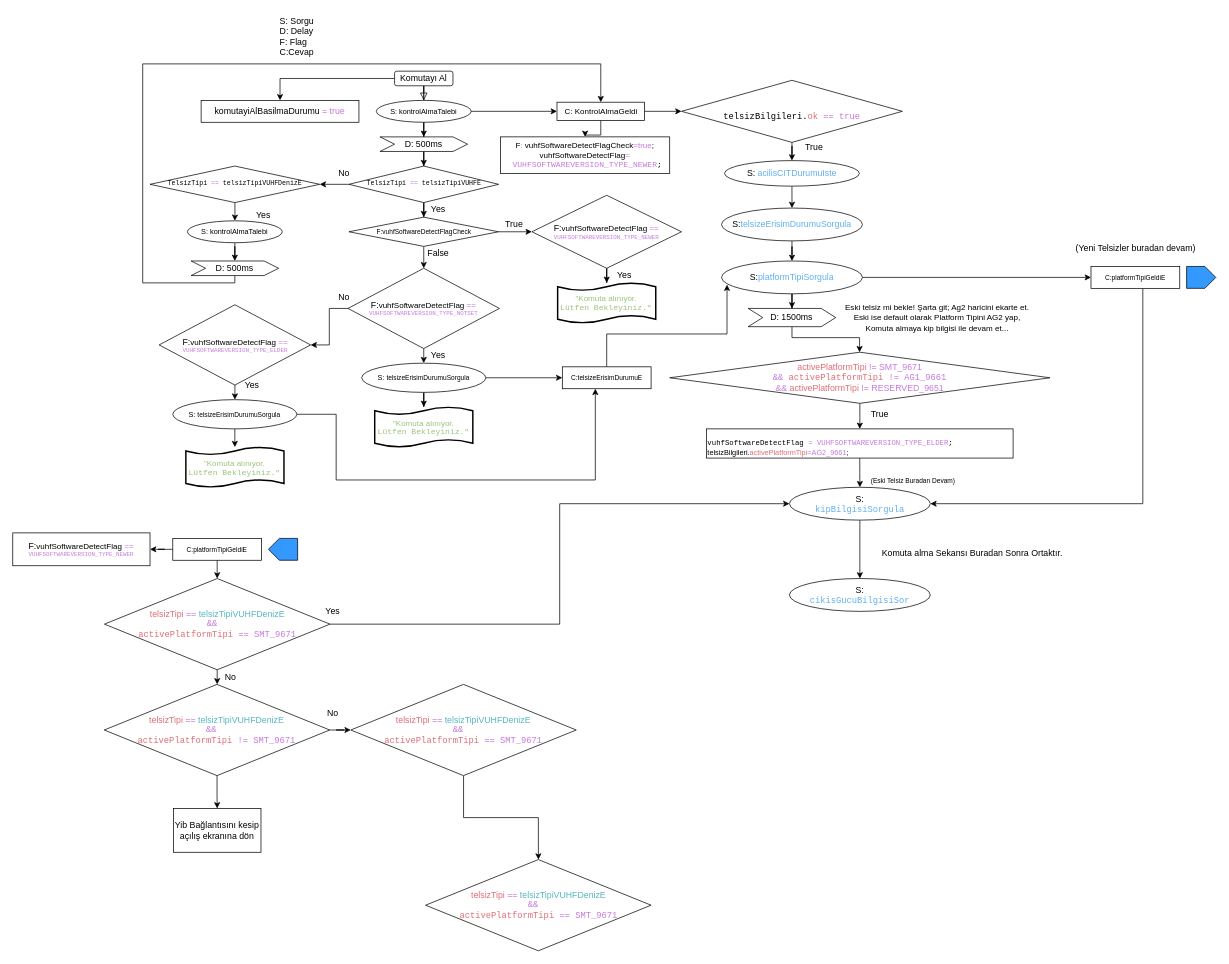
eembetul/u8glib keeps this draw.io diagram as Untitled Diagram.drawio. Above is the earlier version. Source tidied: cells renumbered, new cells numbered last; positions are measured from the earlier drawing's top-left corner, leaving out a move shared by most shapes. Both pictures are drawn from the tidied source at 73%, with x=0, y=0 at pixel (12, 12).
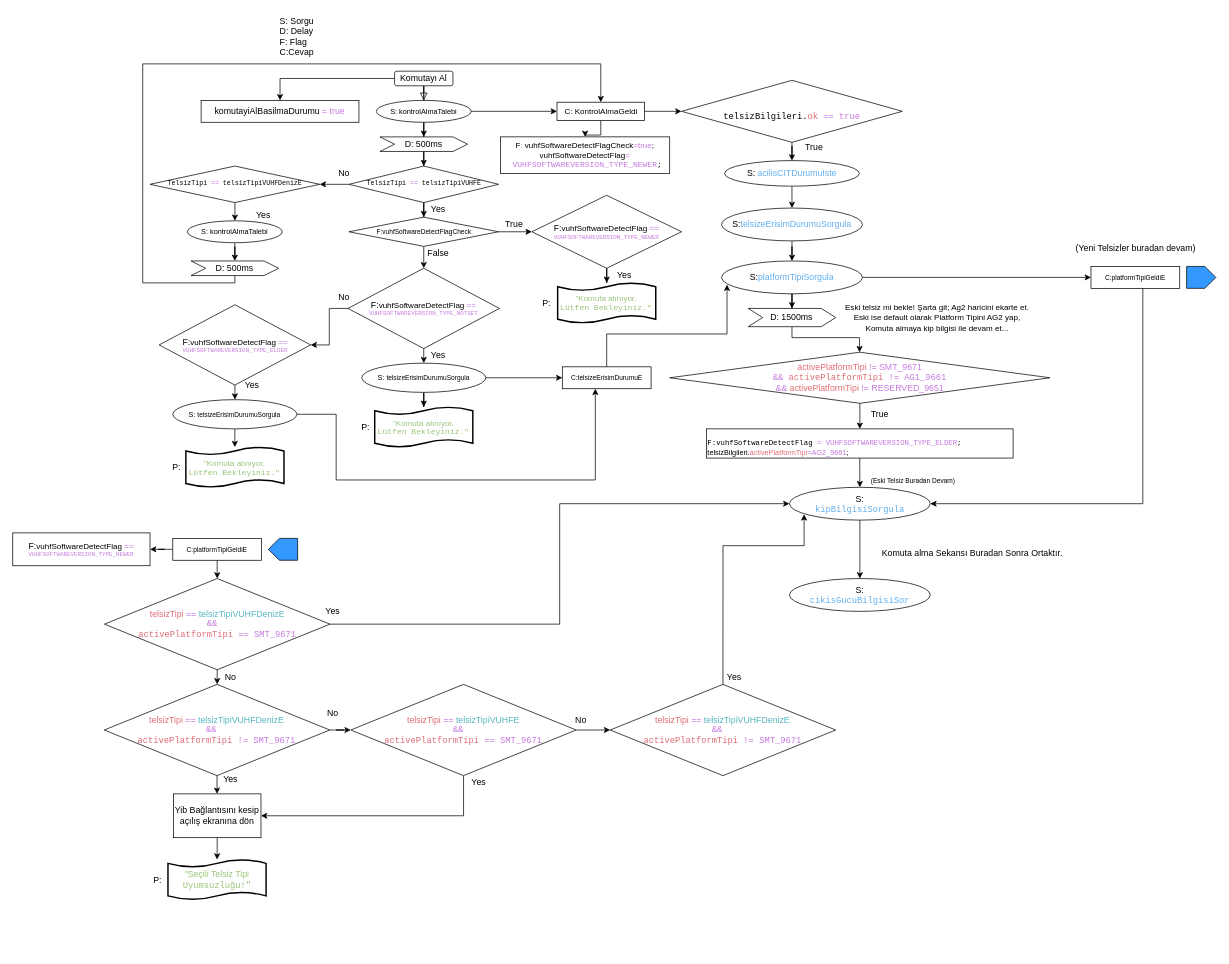
The same diagram, later.

Unchanged cells that the change refers to:
```xml
<mxCell id="73" value="S:&lt;br&gt;&lt;pre style=&quot;margin-top: 0px ; margin-bottom: 0px ; margin-left: 0px ; margin-right: 0px ; text-indent: 0px&quot;&gt;&lt;span style=&quot;color: #61afef&quot;&gt;kipBilgisiSorgula&lt;/span&gt;&lt;/pre&gt;&lt;span style=&quot;color: #61afef&quot;&gt;&lt;/span&gt;&lt;span style=&quot;color: #61afef&quot;&gt;&lt;/span&gt;" style="ellipse;whiteSpace=wrap;html=1;" parent="1" vertex="1">
  <mxGeometry x="1063.9" y="650" width="193" height="45" as="geometry" />
</mxCell>
```

The edit, as a diff of the source:
```diff
@@
-    <mxCell id="70" value="&lt;div style=&quot;font-size: 10px&quot; align=&quot;left&quot;&gt;&lt;font style=&quot;font-size: 10px&quot;&gt;&lt;br&gt;&lt;/font&gt;&lt;pre style=&quot;margin-top: 0px ; margin-bottom: 0px ; margin-left: 0px ; margin-right: 0px ; text-indent: 0px&quot;&gt;&lt;font style=&quot;font-size: 10px&quot;&gt;&lt;span style=&quot;color: #56b6c2&quot;&gt;&lt;/span&gt;vuhfSoftwareDetectFlag &lt;span style=&quot;color: #c678dd&quot;&gt;=&lt;/span&gt; &lt;span style=&quot;color: #c678dd&quot;&gt;VUHFSOFTWAREVERSION_TYPE_ELDER&lt;/span&gt;;&lt;/font&gt;&lt;/pre&gt;&lt;font style=&quot;font-size: 10px&quot;&gt;telsizBilgileri.&lt;span style=&quot;color: #e06c75&quot;&gt;activePlatformTipi&lt;/span&gt;&lt;span style=&quot;color: #c678dd&quot;&gt;=&lt;/span&gt;&lt;span style=&quot;color: #c678dd&quot;&gt;AG2_9661&lt;/span&gt;;&lt;/font&gt;&lt;/div&gt;  " style="whiteSpace=wrap;html=1;align=left;" parent="1" vertex="1">
+    <mxCell id="70" value="&lt;div style=&quot;font-size: 10px&quot; align=&quot;left&quot;&gt;&lt;font style=&quot;font-size: 10px&quot;&gt;&lt;br&gt;&lt;/font&gt;&lt;pre style=&quot;margin-top: 0px ; margin-bottom: 0px ; margin-left: 0px ; margin-right: 0px ; text-indent: 0px&quot;&gt;&lt;font style=&quot;font-size: 10px&quot;&gt;&lt;span style=&quot;color: #56b6c2&quot;&gt;&lt;/span&gt;F:vuhfSoftwareDetectFlag &lt;span style=&quot;color: #c678dd&quot;&gt;=&lt;/span&gt; &lt;span style=&quot;color: #c678dd&quot;&gt;VUHFSOFTWAREVERSION_TYPE_ELDER&lt;/span&gt;;&lt;/font&gt;&lt;/pre&gt;&lt;font style=&quot;font-size: 10px&quot;&gt;telsizBilgileri.&lt;span style=&quot;color: #e06c75&quot;&gt;activePlatformTipi&lt;/span&gt;&lt;span style=&quot;color: #c678dd&quot;&gt;=&lt;/span&gt;&lt;span style=&quot;color: #c678dd&quot;&gt;AG2_9661&lt;/span&gt;;&lt;/font&gt;&lt;/div&gt;  " style="whiteSpace=wrap;html=1;align=left;" parent="1" vertex="1">
       <mxGeometry x="950.3" y="570" width="420" height="40" as="geometry" />
     </mxCell>
@@
+    <mxCell id="100" style="edgeStyle=orthogonalEdgeStyle;rounded=0;jettySize=auto;html=1;entryX=1;entryY=0.5;entryDx=0;entryDy=0;" parent="1" edge="1" source="94" target="99">
+      <mxGeometry relative="1" as="geometry">
+        <Array as="points">
+          <mxPoint x="618" y="1100" />
+        </Array>
+      </mxGeometry>
+    </mxCell>
-    <mxCell id="94" value="&lt;span style=&quot;color: #e06c75&quot;&gt;telsizTipi&lt;/span&gt; &lt;span style=&quot;color: #c678dd&quot;&gt;==&lt;/span&gt; &lt;span style=&quot;color: #56b6c2&quot;&gt;telsizTipiVUHFDenizE&lt;/span&gt; &lt;br&gt;&lt;pre style=&quot;margin-top: 0px ; margin-bottom: 0px ; margin-left: 0px ; margin-right: 0px ; text-indent: 0px&quot;&gt;&lt;span style=&quot;color: #c678dd&quot;&gt;&amp;amp;&amp;amp;&lt;/span&gt;  &lt;br&gt;&lt;span style=&quot;color: #e06c75&quot;&gt;activePlatformTipi&lt;/span&gt; &lt;span style=&quot;color: #c678dd&quot;&gt;==&lt;/span&gt; &lt;span style=&quot;color: #c678dd&quot;&gt;SMT_9671&lt;/span&gt;&lt;/pre&gt;" style="rhombus;whiteSpace=wrap;html=1;" parent="1" vertex="1">
+    <mxCell id="94" value="&lt;span style=&quot;color: #e06c75&quot;&gt;telsizTipi&lt;/span&gt; &lt;span style=&quot;color: #c678dd&quot;&gt;==&lt;/span&gt; &lt;span style=&quot;color: #56b6c2&quot;&gt;telsizTipiVUHFE&lt;/span&gt; &lt;br&gt;&lt;pre style=&quot;margin-top: 0px ; margin-bottom: 0px ; margin-left: 0px ; margin-right: 0px ; text-indent: 0px&quot;&gt;&lt;span style=&quot;color: #c678dd&quot;&gt;&amp;amp;&amp;amp;&lt;/span&gt;  &lt;br&gt;&lt;span style=&quot;color: #e06c75&quot;&gt;activePlatformTipi&lt;/span&gt; &lt;span style=&quot;color: #c678dd&quot;&gt;==&lt;/span&gt; &lt;span style=&quot;color: #c678dd&quot;&gt;SMT_9671&lt;/span&gt;&lt;/pre&gt;" style="rhombus;whiteSpace=wrap;html=1;" parent="1" vertex="1">
       <mxGeometry x="463" y="920" width="308.9" height="125" as="geometry" />
     </mxCell>
+    <mxCell id="101" style="edgeStyle=orthogonalEdgeStyle;rounded=0;jettySize=auto;html=1;exitX=0.5;exitY=0;exitDx=0;exitDy=0;entryX=0.104;entryY=0.822;entryDx=0;entryDy=0;entryPerimeter=0;" parent="1" edge="1" source="95" target="73">
+      <mxGeometry relative="1" as="geometry">
+        <Array as="points">
+          <mxPoint x="973" y="730" />
+          <mxPoint x="1084" y="730" />
+        </Array>
+      </mxGeometry>
+    </mxCell>
-    <mxCell id="95" value="&lt;span style=&quot;color: #e06c75&quot;&gt;telsizTipi&lt;/span&gt; &lt;span style=&quot;color: #c678dd&quot;&gt;==&lt;/span&gt; &lt;span style=&quot;color: #56b6c2&quot;&gt;telsizTipiVUHFDenizE&lt;/span&gt; &lt;br&gt;&lt;pre style=&quot;margin-top: 0px ; margin-bottom: 0px ; margin-left: 0px ; margin-right: 0px ; text-indent: 0px&quot;&gt;&lt;span style=&quot;color: #c678dd&quot;&gt;&amp;amp;&amp;amp;&lt;/span&gt;  &lt;br&gt;&lt;span style=&quot;color: #e06c75&quot;&gt;activePlatformTipi&lt;/span&gt; &lt;span style=&quot;color: #c678dd&quot;&gt;==&lt;/span&gt; &lt;span style=&quot;color: #c678dd&quot;&gt;SMT_9671&lt;/span&gt;&lt;/pre&gt;" style="rhombus;whiteSpace=wrap;html=1;" parent="1" vertex="1">
-      <mxGeometry x="565.5" y="1160" width="308.9" height="125" as="geometry" />
+    <mxCell id="95" value="&lt;span style=&quot;color: #e06c75&quot;&gt;telsizTipi&lt;/span&gt; &lt;span style=&quot;color: #c678dd&quot;&gt;==&lt;/span&gt; &lt;span style=&quot;color: #56b6c2&quot;&gt;telsizTipiVUHFDenizE&lt;/span&gt; &lt;br&gt;&lt;pre style=&quot;margin-top: 0px ; margin-bottom: 0px ; margin-left: 0px ; margin-right: 0px ; text-indent: 0px&quot;&gt;&lt;span style=&quot;color: #c678dd&quot;&gt;&amp;amp;&amp;amp;&lt;/span&gt;  &lt;br&gt;&lt;span style=&quot;color: #e06c75&quot;&gt;activePlatformTipi&lt;/span&gt; &lt;span style=&quot;color: #c678dd&quot;&gt;!=&lt;/span&gt; &lt;span style=&quot;color: #c678dd&quot;&gt;SMT_9671&lt;/span&gt;&lt;/pre&gt;" style="rhombus;whiteSpace=wrap;html=1;" parent="1" vertex="1">
+      <mxGeometry x="818.4" y="920" width="308.9" height="125" as="geometry" />
     </mxCell>
@@
+    <mxCell id="102" style="edgeStyle=orthogonalEdgeStyle;rounded=0;jettySize=auto;html=1;" parent="1" edge="1" source="99" target="105">
+      <mxGeometry relative="1" as="geometry" />
+    </mxCell>
     <mxCell id="99" value="Yib Bağlantısını kesip açılış ekranına dön" style="whiteSpace=wrap;html=1;" parent="1" vertex="1">
-      <mxGeometry x="220" y="1090" width="120" height="60" as="geometry" />
+      <mxGeometry x="220" y="1070" width="120" height="60" as="geometry" />
     </mxCell>
+    <mxCell id="103" value="Yes" style="text;html=1;align=center;verticalAlign=middle;" parent="1" vertex="1">
+      <mxGeometry x="618" y="1045" width="40" height="20" as="geometry" />
+    </mxCell>
+    <mxCell id="104" value="Yes" style="text;html=1;align=center;verticalAlign=middle;" parent="1" vertex="1">
+      <mxGeometry x="278" y="1040" width="40" height="20" as="geometry" />
+    </mxCell>
+    <mxCell id="105" value="&lt;span style=&quot;color: #98c379&quot;&gt;&quot;Seçili&lt;/span&gt; &lt;span style=&quot;color: #98c379&quot;&gt;Telsiz&lt;/span&gt; &lt;span style=&quot;color: #98c379&quot;&gt;Tipi&lt;/span&gt;&lt;br&gt;&lt;span style=&quot;color: #98c379&quot;&gt;&lt;/span&gt;&lt;pre style=&quot;margin-top: 0px ; margin-bottom: 0px ; margin-left: 0px ; margin-right: 0px ; text-indent: 0px&quot;&gt;&lt;span style=&quot;color: #98c379&quot;&gt;Uyumsuzluğu!&quot;&lt;/span&gt;&lt;/pre&gt;" style="shape=tape;whiteSpace=wrap;html=1;strokeWidth=2;size=0.19;" parent="1" vertex="1">
+      <mxGeometry x="212.6" y="1160" width="134.4" height="55" as="geometry" />
+    </mxCell>
+    <mxCell id="106" value="P:" style="text;html=1;align=center;verticalAlign=middle;" parent="1" vertex="1">
+      <mxGeometry x="209.2" y="612.5" width="30" height="20" as="geometry" />
+    </mxCell>
+    <mxCell id="107" value="P:" style="text;html=1;align=center;verticalAlign=middle;" parent="1" vertex="1">
+      <mxGeometry x="468" y="557.5" width="30" height="20" as="geometry" />
+    </mxCell>
+    <mxCell id="108" value="P:" style="text;html=1;align=center;verticalAlign=middle;" parent="1" vertex="1">
+      <mxGeometry x="715.5" y="387.5" width="30" height="20" as="geometry" />
+    </mxCell>
+    <mxCell id="109" value="P:" style="text;html=1;align=center;verticalAlign=middle;" parent="1" vertex="1">
+      <mxGeometry x="182.6" y="1177.5" width="30" height="20" as="geometry" />
+    </mxCell>
+    <mxCell id="110" value="No" style="text;html=1;align=center;verticalAlign=middle;" parent="1" vertex="1">
+      <mxGeometry x="763" y="960" width="30" height="20" as="geometry" />
+    </mxCell>
+    <mxCell id="111" value="Yes" style="text;html=1;align=center;verticalAlign=middle;" parent="1" vertex="1">
+      <mxGeometry x="968" y="900" width="40" height="20" as="geometry" />
+    </mxCell>
```
